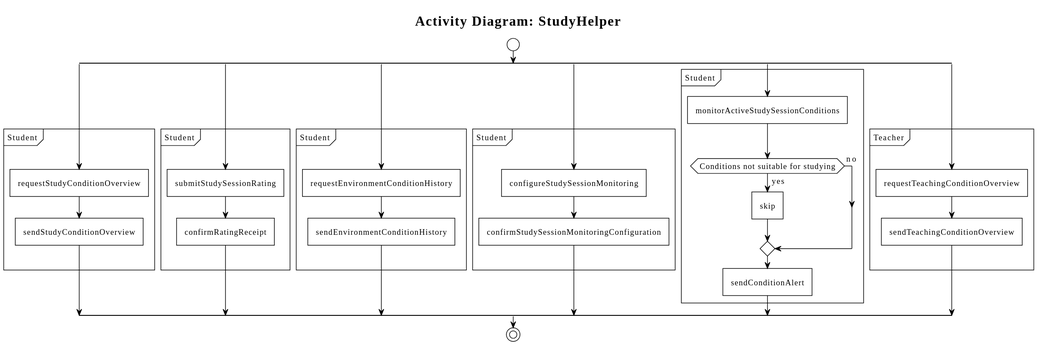
Earlier version of the PlantUML export Documentation/Analysis/StudyHelper.activity.svg (SEP4Real/SEP4).
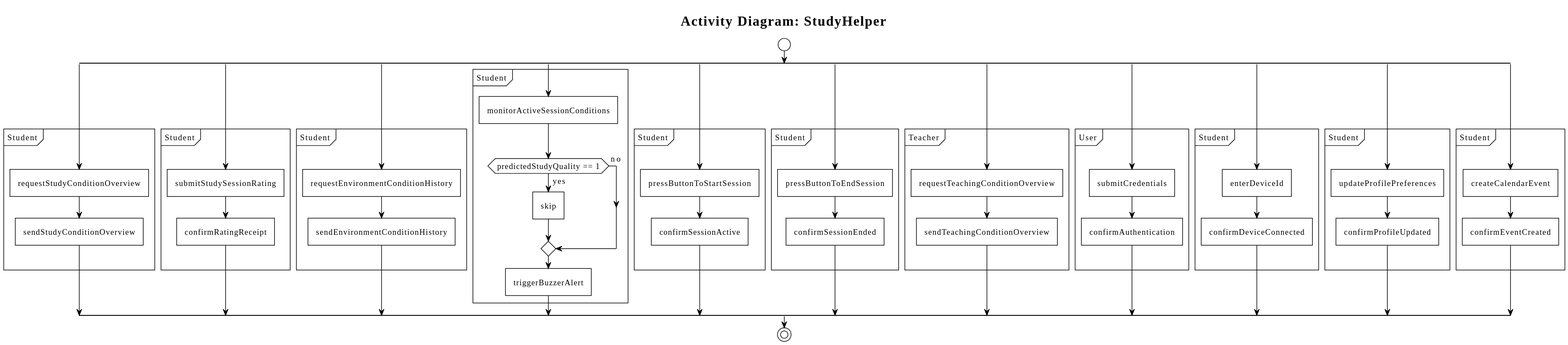
Above is the later version.

Diff of the diagram source:
```diff
@@ -26,21 +26,28 @@
 }
 split again
 partition "Student" {
-    label ConfigureStudySessionMonitoring_start
-    :configureStudySessionMonitoring;
-    :confirmStudySessionMonitoringConfiguration;
-    label ConfigureStudySessionMonitoring_end
+    :monitorActiveSessionConditions;
+    label ReceiveStudentEnvironmentAlert_
+    if (predictedStudyQuality == 1) then (yes)
+      :skip;
+    else (no)
+    endif
+    :triggerBuzzerAlert;
+    label ReceiveStudentEnvironmentAlert_end
 }
 split again
 partition "Student" {
-    :monitorActiveStudySessionConditions;
-    label ReceiveStudentEnvironmentAlert_
-    if (Conditions not suitable for studying) then (yes)
-      :skip;
-    else (no)
-    endif
-    :sendConditionAlert;
-    label ReceiveStudentEnvironmentAlert_end
+    label StartStudySession_start
+    :pressButtonToStartSession;
+    :confirmSessionActive;
+    label StartStudySession_end
+}
+split again
+partition "Student" {
+    label EndStudySession_start
+    :pressButtonToEndSession;
+    :confirmSessionEnded;
+    label EndStudySession_end
 }
 split again
 partition "Teacher" {
@@ -49,6 +56,34 @@
     :sendTeachingConditionOverview;
     label AssessConditionsForTeaching_end
 }
+split again
+partition "User" {
+    label AuthenticateUser_start
+    :submitCredentials;
+    :confirmAuthentication;
+    label AuthenticateUser_end
+}
+split again
+partition "Student" {
+    label ConnectDeviceToAccount_start
+    :enterDeviceId;
+    :confirmDeviceConnected;
+    label ConnectDeviceToAccount_end
+}
+split again
+partition "Student" {
+    label ManageUserProfile_start
+    :updateProfilePreferences;
+    :confirmProfileUpdated;
+    label ManageUserProfile_end
+}
+split again
+partition "Student" {
+    label ManageCalendarEvents_start
+    :createCalendarEvent;
+    :confirmEventCreated;
+    label ManageCalendarEvents_end
+}
 endsplit
 stop
 @enduml
```
